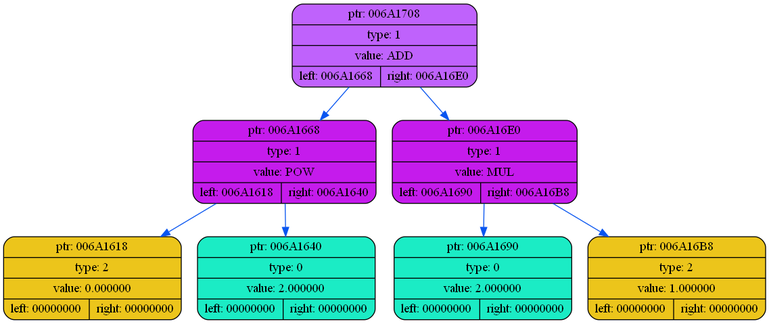
Earlier version of the Graphviz export dump/dump1.png (coffee8cat/differentiator). Its source is kept beside it as dump/dump1.dot.
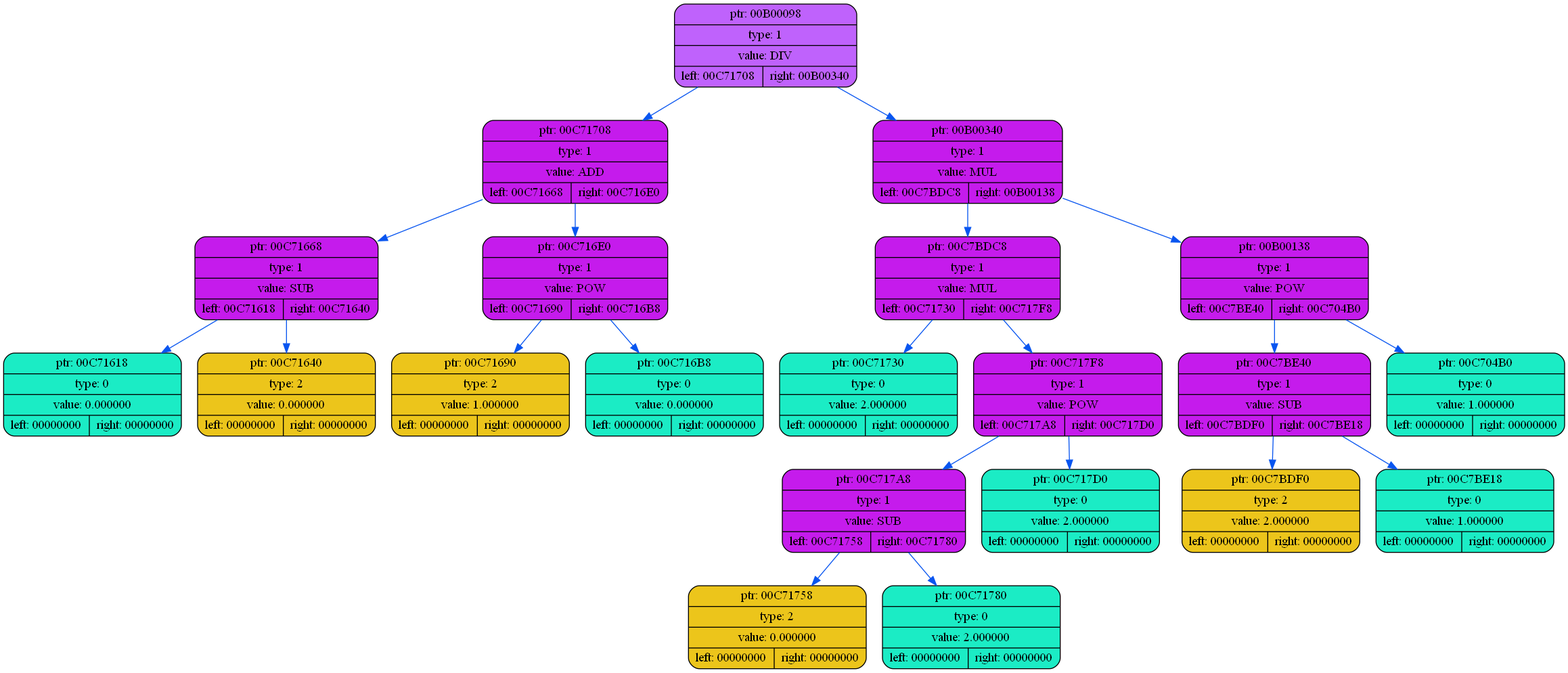
Above is the later version.

Diff of the diagram source:
```diff
@@ -2,17 +2,45 @@
 {
     rankdir=TP
 
-        node006A1708[shape=record,style="rounded,filled",fillcolor="#BF62FC",label="{ ptr: 006A1708 | type: 1 | value: ADD| { left: 006A1668 | right: 006A16E0 }}"];
-    node006A1708 -> node006A1668[color="#0855F0"]
-    node006A1668[shape=record,style="rounded,filled",fillcolor="#C51BEC",label="{ ptr: 006A1668 | type: 1 | value: POW| { left: 006A1618 | right: 006A1640 }}"];
-    node006A1668 -> node006A1618[color="#0855F0"]
-    node006A1618[shape=record,style="rounded,filled",fillcolor="#ECC51B",label="{ ptr: 006A1618 | type: 2 | value: 0.000000| { left: 00000000 | right: 00000000 }}"];
-    node006A1668 -> node006A1640[color="#0855F0"]
-    node006A1640[shape=record,style="rounded,filled",fillcolor="#1BECC5",label="{ ptr: 006A1640 | type: 0 | value: 2.000000| { left: 00000000 | right: 00000000 }}"];
-    node006A1708 -> node006A16E0[color="#0855F0"]
-    node006A16E0[shape=record,style="rounded,filled",fillcolor="#C51BEC",label="{ ptr: 006A16E0 | type: 1 | value: MUL| { left: 006A1690 | right: 006A16B8 }}"];
-    node006A16E0 -> node006A1690[color="#0855F0"]
-    node006A1690[shape=record,style="rounded,filled",fillcolor="#1BECC5",label="{ ptr: 006A1690 | type: 0 | value: 2.000000| { left: 00000000 | right: 00000000 }}"];
-    node006A16E0 -> node006A16B8[color="#0855F0"]
-    node006A16B8[shape=record,style="rounded,filled",fillcolor="#ECC51B",label="{ ptr: 006A16B8 | type: 2 | value: 1.000000| { left: 00000000 | right: 00000000 }}"];
+        node00B00098[shape=record,style="rounded,filled",fillcolor="#BF62FC",label="{ ptr: 00B00098 | type: 1 | value: DIV| { left: 00C71708 | right: 00B00340 }}"];
+    node00B00098 -> node00C71708[color="#0855F0"]
+    node00C71708[shape=record,style="rounded,filled",fillcolor="#C51BEC",label="{ ptr: 00C71708 | type: 1 | value: ADD| { left: 00C71668 | right: 00C716E0 }}"];
+    node00C71708 -> node00C71668[color="#0855F0"]
+    node00C71668[shape=record,style="rounded,filled",fillcolor="#C51BEC",label="{ ptr: 00C71668 | type: 1 | value: SUB| { left: 00C71618 | right: 00C71640 }}"];
+    node00C71668 -> node00C71618[color="#0855F0"]
+    node00C71618[shape=record,style="rounded,filled",fillcolor="#1BECC5",label="{ ptr: 00C71618 | type: 0 | value: 0.000000| { left: 00000000 | right: 00000000 }}"];
+    node00C71668 -> node00C71640[color="#0855F0"]
+    node00C71640[shape=record,style="rounded,filled",fillcolor="#ECC51B",label="{ ptr: 00C71640 | type: 2 | value: 0.000000| { left: 00000000 | right: 00000000 }}"];
+    node00C71708 -> node00C716E0[color="#0855F0"]
+    node00C716E0[shape=record,style="rounded,filled",fillcolor="#C51BEC",label="{ ptr: 00C716E0 | type: 1 | value: POW| { left: 00C71690 | right: 00C716B8 }}"];
+    node00C716E0 -> node00C71690[color="#0855F0"]
+    node00C71690[shape=record,style="rounded,filled",fillcolor="#ECC51B",label="{ ptr: 00C71690 | type: 2 | value: 1.000000| { left: 00000000 | right: 00000000 }}"];
+    node00C716E0 -> node00C716B8[color="#0855F0"]
+    node00C716B8[shape=record,style="rounded,filled",fillcolor="#1BECC5",label="{ ptr: 00C716B8 | type: 0 | value: 0.000000| { left: 00000000 | right: 00000000 }}"];
+    node00B00098 -> node00B00340[color="#0855F0"]
+    node00B00340[shape=record,style="rounded,filled",fillcolor="#C51BEC",label="{ ptr: 00B00340 | type: 1 | value: MUL| { left: 00C7BDC8 | right: 00B00138 }}"];
+    node00B00340 -> node00C7BDC8[color="#0855F0"]
+    node00C7BDC8[shape=record,style="rounded,filled",fillcolor="#C51BEC",label="{ ptr: 00C7BDC8 | type: 1 | value: MUL| { left: 00C71730 | right: 00C717F8 }}"];
+    node00C7BDC8 -> node00C71730[color="#0855F0"]
+    node00C71730[shape=record,style="rounded,filled",fillcolor="#1BECC5",label="{ ptr: 00C71730 | type: 0 | value: 2.000000| { left: 00000000 | right: 00000000 }}"];
+    node00C7BDC8 -> node00C717F8[color="#0855F0"]
+    node00C717F8[shape=record,style="rounded,filled",fillcolor="#C51BEC",label="{ ptr: 00C717F8 | type: 1 | value: POW| { left: 00C717A8 | right: 00C717D0 }}"];
+    node00C717F8 -> node00C717A8[color="#0855F0"]
+    node00C717A8[shape=record,style="rounded,filled",fillcolor="#C51BEC",label="{ ptr: 00C717A8 | type: 1 | value: SUB| { left: 00C71758 | right: 00C71780 }}"];
+    node00C717A8 -> node00C71758[color="#0855F0"]
+    node00C71758[shape=record,style="rounded,filled",fillcolor="#ECC51B",label="{ ptr: 00C71758 | type: 2 | value: 0.000000| { left: 00000000 | right: 00000000 }}"];
+    node00C717A8 -> node00C71780[color="#0855F0"]
+    node00C71780[shape=record,style="rounded,filled",fillcolor="#1BECC5",label="{ ptr: 00C71780 | type: 0 | value: 2.000000| { left: 00000000 | right: 00000000 }}"];
+    node00C717F8 -> node00C717D0[color="#0855F0"]
+    node00C717D0[shape=record,style="rounded,filled",fillcolor="#1BECC5",label="{ ptr: 00C717D0 | type: 0 | value: 2.000000| { left: 00000000 | right: 00000000 }}"];
+    node00B00340 -> node00B00138[color="#0855F0"]
+    node00B00138[shape=record,style="rounded,filled",fillcolor="#C51BEC",label="{ ptr: 00B00138 | type: 1 | value: POW| { left: 00C7BE40 | right: 00C704B0 }}"];
+    node00B00138 -> node00C7BE40[color="#0855F0"]
+    node00C7BE40[shape=record,style="rounded,filled",fillcolor="#C51BEC",label="{ ptr: 00C7BE40 | type: 1 | value: SUB| { left: 00C7BDF0 | right: 00C7BE18 }}"];
+    node00C7BE40 -> node00C7BDF0[color="#0855F0"]
+    node00C7BDF0[shape=record,style="rounded,filled",fillcolor="#ECC51B",label="{ ptr: 00C7BDF0 | type: 2 | value: 2.000000| { left: 00000000 | right: 00000000 }}"];
+    node00C7BE40 -> node00C7BE18[color="#0855F0"]
+    node00C7BE18[shape=record,style="rounded,filled",fillcolor="#1BECC5",label="{ ptr: 00C7BE18 | type: 0 | value: 1.000000| { left: 00000000 | right: 00000000 }}"];
+    node00B00138 -> node00C704B0[color="#0855F0"]
+    node00C704B0[shape=record,style="rounded,filled",fillcolor="#1BECC5",label="{ ptr: 00C704B0 | type: 0 | value: 1.000000| { left: 00000000 | right: 00000000 }}"];
 }
```
